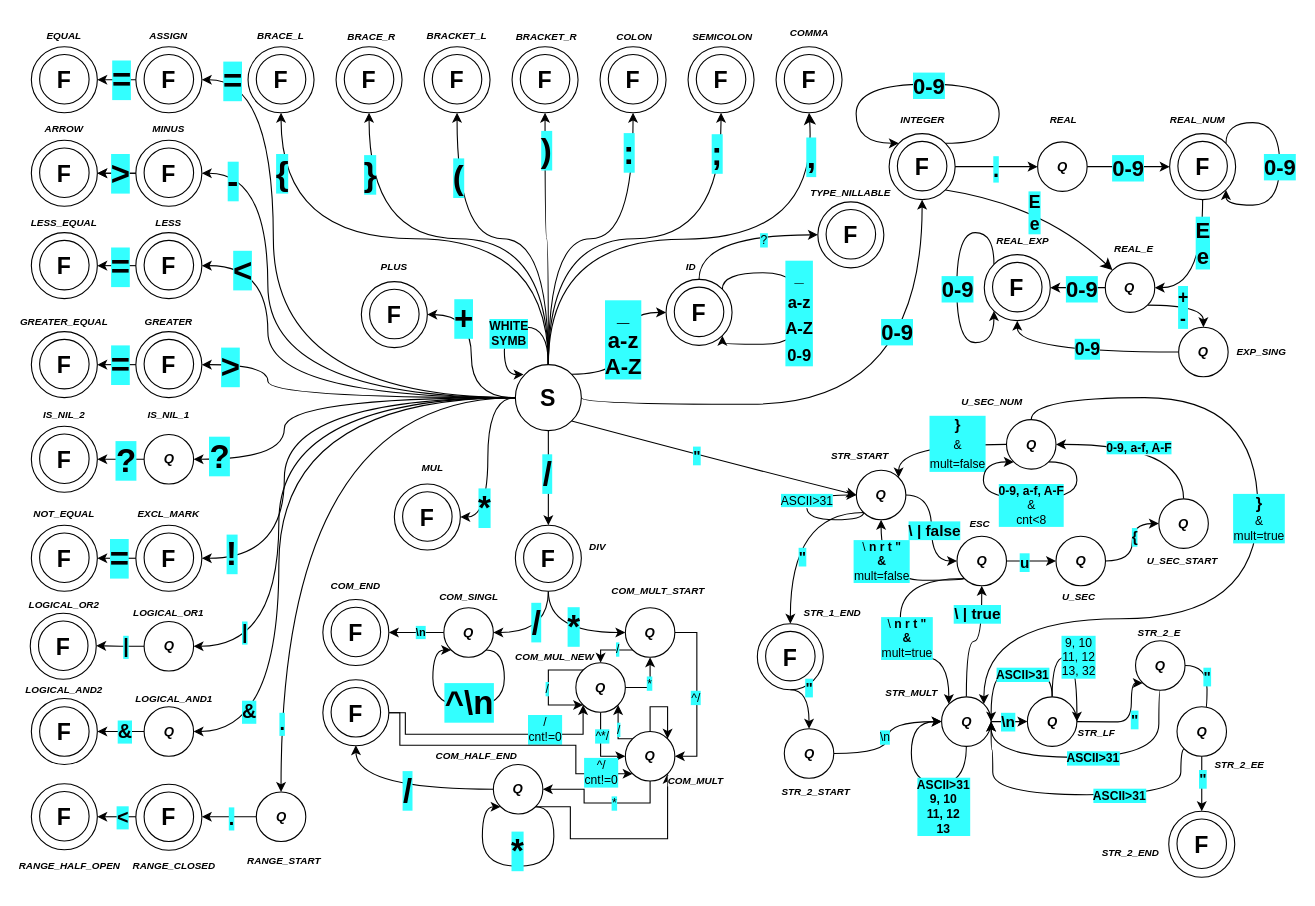
Above: lexer.drawio in xshche05/IFJ-2023-project-compiler (draw.io), before the change. Source tidied: cells renumbered, new cells numbered last; positions are measured from the earlier drawing's top-left corner, leaving out a move shared by most shapes. Both pictures are drawn from the tidied source at 110%, with x=0, y=0 at pixel (30, 19).
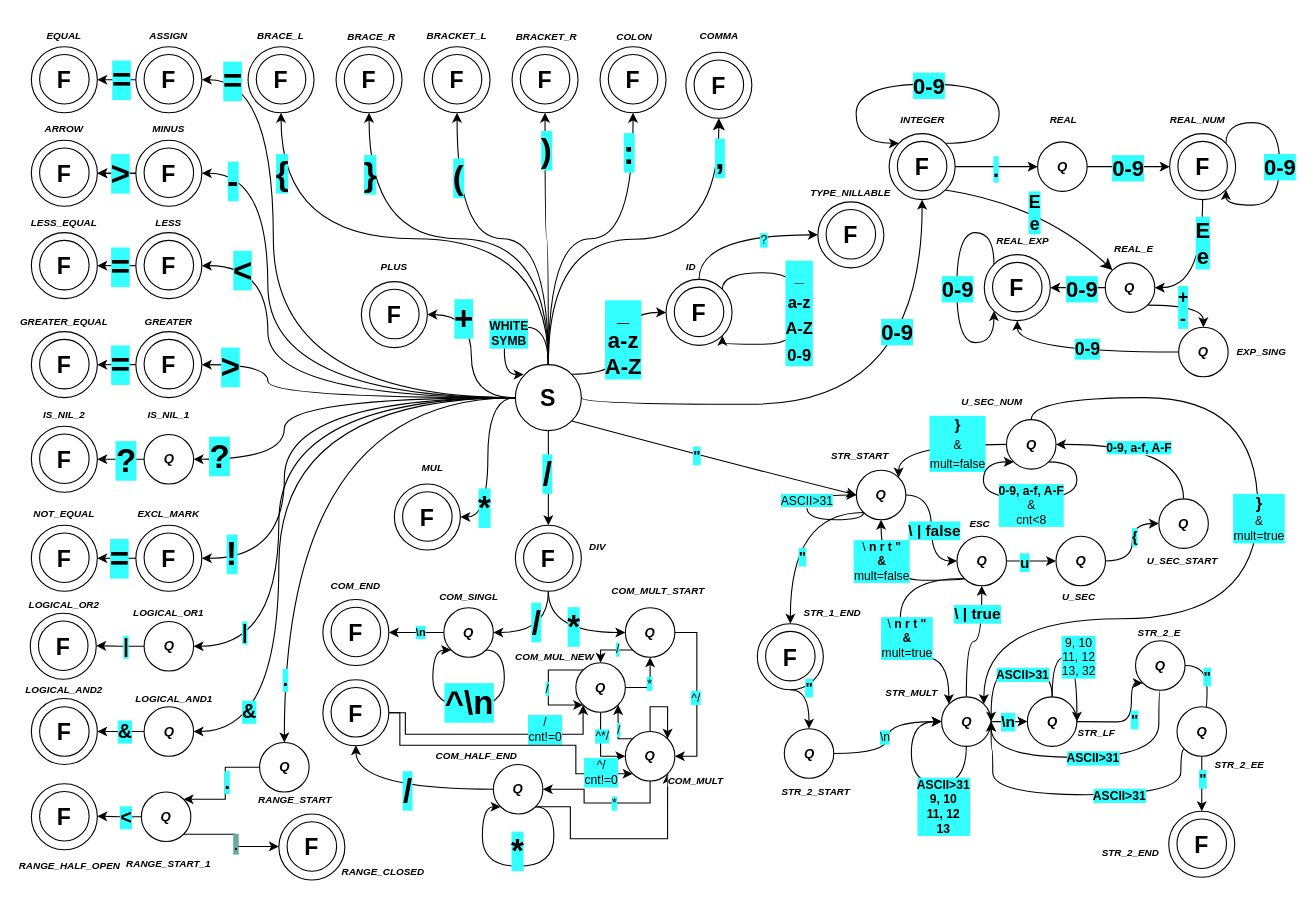
Above is the later version.

The change refers to these unchanged cells:
```xml
<mxCell id="5" style="ellipse;whiteSpace=wrap;html=1;" parent="4" vertex="1">
  <mxGeometry width="60" height="60" as="geometry" />
</mxCell>
<mxCell id="10" style="ellipse;whiteSpace=wrap;html=1;" parent="9" vertex="1">
  <mxGeometry width="60" height="60" as="geometry" />
</mxCell>
<mxCell id="350" value="&lt;span style=&quot;font-size: 21px;&quot;&gt;&lt;b&gt;F&lt;/b&gt;&lt;/span&gt;" style="text;html=1;strokeColor=none;fillColor=none;align=center;verticalAlign=middle;whiteSpace=wrap;rounded=0;" parent="347" vertex="1">
  <mxGeometry y="14.5" width="60" height="30" as="geometry" />
</mxCell>
```

Diff of the diagram source:
```diff
@@
     <mxCell id="9" style="group;" parent="1" vertex="1">
-      <mxGeometry x="678" y="25" width="60" height="60" as="geometry" />
+      <mxGeometry x="596" y="30" width="60" height="60" as="geometry" />
     </mxCell>
@@
-    <mxCell id="36" style="group;" parent="1" vertex="1">
-      <mxGeometry x="598" y="25" width="60" height="60" as="geometry" />
-    </mxCell>
-    <mxCell id="37" style="ellipse;whiteSpace=wrap;html=1;" parent="36" vertex="1">
-      <mxGeometry width="60" height="60" as="geometry" />
-    </mxCell>
-    <mxCell id="38" style="ellipse;whiteSpace=wrap;html=1;" parent="36" vertex="1">
-      <mxGeometry x="7.5" y="7" width="45" height="45" as="geometry" />
-    </mxCell>
-    <mxCell id="39" value="&lt;span style=&quot;font-size: 21px;&quot;&gt;&lt;b&gt;F&lt;/b&gt;&lt;/span&gt;" style="text;html=1;strokeColor=none;fillColor=none;align=center;verticalAlign=middle;whiteSpace=wrap;rounded=0;" parent="36" vertex="1">
-      <mxGeometry y="15" width="60" height="30" as="geometry" />
-    </mxCell>
@@
-    <mxCell id="50" style="edgeStyle=orthogonalEdgeStyle;jettySize=auto;html=1;exitX=0.5;exitY=0;exitDx=0;exitDy=0;entryX=0.5;entryY=1;entryDx=0;entryDy=0;curved=1;" parent="1" edge="1" source="5" target="36">
-      <mxGeometry relative="1" as="geometry" />
-    </mxCell>
-    <mxCell id="51" value=";" style="edgeLabel;html=1;align=center;verticalAlign=middle;fontStyle=1;fontSize=30;labelBackgroundColor=#33FFFF;" parent="50" vertex="1">
-      <mxGeometry x="0.6" y="18" relative="1" as="geometry">
-        <mxPoint x="13" y="-41" as="offset" />
-      </mxGeometry>
-    </mxCell>
@@
-    <mxCell id="57" value="SEMICOLON" style="text;html=1;align=center;verticalAlign=middle;strokeColor=none;fillColor=none;fontSize=9;fontStyle=3;" parent="1" vertex="1">
-      <mxGeometry x="591.5" y="3" width="75" height="25" as="geometry" />
-    </mxCell>
@@
     <mxCell id="233" style="edgeStyle=none;jettySize=auto;html=1;exitX=0.5;exitY=0;exitDx=0;exitDy=0;entryX=0.5;entryY=1;entryDx=0;entryDy=0;fontSize=12;startSize=8;endSize=8;curved=1;" parent="1" edge="1" source="5" target="10">
       <mxGeometry relative="1" as="geometry">
         <Array as="points">
           <mxPoint x="471" y="200" />
-          <mxPoint x="716" y="200" />
+          <mxPoint x="626" y="200" />
         </Array>
       </mxGeometry>
     </mxCell>
     <mxCell id="234" value="," style="edgeLabel;html=1;align=center;verticalAlign=middle;fontSize=30;labelBackgroundColor=#33FFFF;fontStyle=1;" parent="233" vertex="1">
       <mxGeometry x="0.61" y="-1" relative="1" as="geometry">
-        <mxPoint x="-6" y="-52" as="offset" />
+        <mxPoint x="-1" y="-39" as="offset" />
       </mxGeometry>
     </mxCell>
@@
     <mxCell id="297" value="COMMA" style="text;html=1;align=center;verticalAlign=middle;strokeColor=none;fillColor=none;fontSize=9;fontStyle=3;" parent="1" vertex="1">
-      <mxGeometry x="680.5" width="55" height="25" as="geometry" />
+      <mxGeometry x="598.5" y="2.5" width="55" height="25" as="geometry" />
     </mxCell>
@@
-    <mxCell id="332" style="edgeStyle=orthogonalEdgeStyle;rounded=0;jettySize=auto;html=1;exitX=0;exitY=0.5;exitDx=0;exitDy=0;entryX=1;entryY=0.5;entryDx=0;entryDy=0;" parent="1" edge="1" source="334" target="346">
+    <mxCell id="332" style="edgeStyle=orthogonalEdgeStyle;rounded=0;jettySize=auto;html=1;exitX=0;exitY=0.5;exitDx=0;exitDy=0;entryX=1;entryY=0;entryDx=0;entryDy=0;" parent="1" edge="1" source="334" target="389">
       <mxGeometry relative="1" as="geometry" />
     </mxCell>
@@
     <mxCell id="334" value="&lt;b&gt;&lt;i&gt;Q&lt;/i&gt;&lt;/b&gt;" style="ellipse;whiteSpace=wrap;html=1;" parent="1" vertex="1">
-      <mxGeometry x="205.5" y="702.5" width="45" height="45" as="geometry" />
+      <mxGeometry x="208.5" y="657.5" width="45" height="45" as="geometry" />
     </mxCell>
@@
-    <mxCell id="343" style="group;" parent="1" vertex="1">
-      <mxGeometry x="96" y="695.5" width="60" height="60" as="geometry" />
-    </mxCell>
-    <mxCell id="344" style="ellipse;whiteSpace=wrap;html=1;" parent="343" vertex="1">
-      <mxGeometry width="60" height="60" as="geometry" />
-    </mxCell>
-    <mxCell id="345" style="ellipse;whiteSpace=wrap;html=1;" parent="343" vertex="1">
-      <mxGeometry x="7.5" y="7" width="45" height="45" as="geometry" />
-    </mxCell>
-    <mxCell id="346" value="&lt;span style=&quot;font-size: 21px;&quot;&gt;&lt;b&gt;F&lt;/b&gt;&lt;/span&gt;" style="text;html=1;strokeColor=none;fillColor=none;align=center;verticalAlign=middle;whiteSpace=wrap;rounded=0;" parent="343" vertex="1">
-      <mxGeometry y="14.5" width="60" height="30" as="geometry" />
-    </mxCell>
@@
-    <mxCell id="351" style="edgeStyle=orthogonalEdgeStyle;rounded=0;jettySize=auto;html=1;exitX=0;exitY=0.5;exitDx=0;exitDy=0;entryX=1;entryY=0.5;entryDx=0;entryDy=0;" parent="1" edge="1" source="346" target="350">
+    <mxCell id="351" style="edgeStyle=orthogonalEdgeStyle;rounded=0;jettySize=auto;html=1;exitX=0;exitY=0.5;exitDx=0;exitDy=0;entryX=1;entryY=0.5;entryDx=0;entryDy=0;" parent="1" edge="1" source="389" target="350">
       <mxGeometry relative="1" as="geometry" />
     </mxCell>
@@
     <mxCell id="361" value="RANGE_START" style="text;html=1;strokeColor=none;fillColor=none;align=center;verticalAlign=middle;whiteSpace=wrap;rounded=0;fontSize=9;fontStyle=3;" parent="1" vertex="1">
-      <mxGeometry x="201" y="750" width="60" height="30" as="geometry" />
+      <mxGeometry x="211" y="695" width="60" height="30" as="geometry" />
     </mxCell>
     <mxCell id="362" value="RANGE_CLOSED" style="text;html=1;strokeColor=none;fillColor=none;align=center;verticalAlign=middle;whiteSpace=wrap;rounded=0;fontSize=9;fontStyle=3;" parent="1" vertex="1">
-      <mxGeometry x="101" y="755" width="60" height="30" as="geometry" />
+      <mxGeometry x="291" y="760" width="60" height="30" as="geometry" />
     </mxCell>
@@
+    <mxCell id="387" style="edgeStyle=orthogonalEdgeStyle;rounded=0;jettySize=auto;html=1;exitX=1;exitY=1;exitDx=0;exitDy=0;entryX=0;entryY=0.5;entryDx=0;entryDy=0;" parent="1" edge="1" source="389" target="346">
+      <mxGeometry relative="1" as="geometry" />
+    </mxCell>
+    <mxCell id="388" value="." style="edgeLabel;html=1;align=center;verticalAlign=middle;labelBackgroundColor=#67AB9F;fontSize=16;" parent="387" vertex="1">
+      <mxGeometry x="0.12" relative="1" as="geometry" />
+    </mxCell>
+    <mxCell id="389" value="&lt;b&gt;&lt;i&gt;Q&lt;/i&gt;&lt;/b&gt;" style="ellipse;whiteSpace=wrap;html=1;" parent="1" vertex="1">
+      <mxGeometry x="101" y="702.5" width="45" height="45" as="geometry" />
+    </mxCell>
+    <mxCell id="390" style="group;" parent="1" vertex="1">
+      <mxGeometry x="226" y="722.5" width="60" height="60" as="geometry" />
+    </mxCell>
+    <mxCell id="391" style="ellipse;whiteSpace=wrap;html=1;" parent="390" vertex="1">
+      <mxGeometry width="60" height="60" as="geometry" />
+    </mxCell>
+    <mxCell id="392" style="ellipse;whiteSpace=wrap;html=1;" parent="390" vertex="1">
+      <mxGeometry x="7.5" y="7" width="45" height="45" as="geometry" />
+    </mxCell>
+    <mxCell id="346" value="&lt;span style=&quot;font-size: 21px;&quot;&gt;&lt;b&gt;F&lt;/b&gt;&lt;/span&gt;" style="text;html=1;strokeColor=none;fillColor=none;align=center;verticalAlign=middle;whiteSpace=wrap;rounded=0;" parent="390" vertex="1">
+      <mxGeometry y="14.5" width="60" height="30" as="geometry" />
+    </mxCell>
+    <mxCell id="393" value="RANGE_START_1" style="text;html=1;strokeColor=none;fillColor=none;align=center;verticalAlign=middle;whiteSpace=wrap;rounded=0;fontSize=9;fontStyle=3;" parent="1" vertex="1">
+      <mxGeometry x="96" y="752.5" width="60" height="30" as="geometry" />
+    </mxCell>
```
